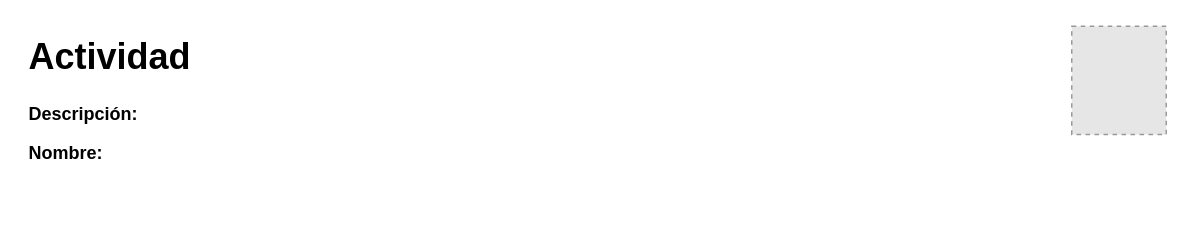
The draw.io diagram plantilla.drawio in utnpuente/Laboratorio1-20241c-Alem, before the edit. Source tidied: cells renumbered, new cells numbered last; positions are measured from the earlier drawing's top-left corner, leaving out a move shared by most shapes. Both pictures are drawn from the tidied source at 150%, with x=0, y=0 at pixel (26, 26). Pictures stored in the file or linked from it are replaced by grey dashed boxes.
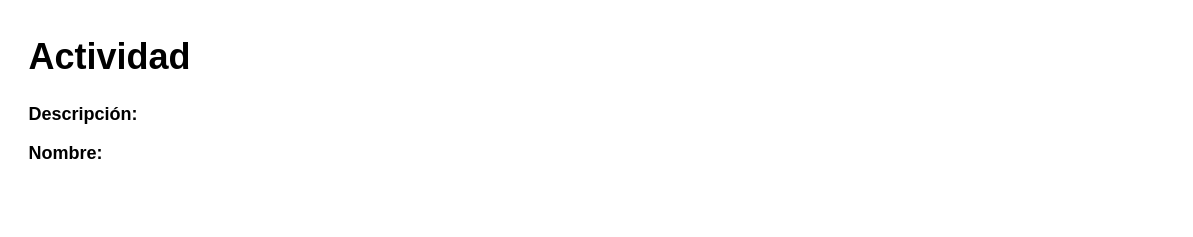
The same page after the edit.

The edit, as a diff of the source:
```diff
@@
 <mxGraphModel>
   <root>
     <mxCell id="0" />
     <mxCell id="1" parent="0" />
     <mxCell id="2" value="&lt;h1 style=&quot;margin-top: 0px;&quot;&gt;Actividad &lt;br&gt;&lt;/h1&gt;&lt;p&gt;&lt;b&gt;Descripción: &lt;br&gt;&lt;/b&gt;&lt;/p&gt;&lt;p&gt;&lt;b&gt;Nombre:&amp;nbsp; &lt;/b&gt;&lt;b&gt;&lt;/b&gt;&lt;b&gt;&lt;br&gt;&lt;/b&gt;&lt;/p&gt;&lt;p&gt;&lt;b&gt;&lt;br&gt;&lt;/b&gt; &lt;/p&gt;" style="text;html=1;whiteSpace=wrap;overflow=hidden;rounded=0;" parent="1" vertex="1">
       <mxGeometry width="760" height="120" as="geometry" />
     </mxCell>
-    <mxCell id="3" style="fillColor=#E6E6E6;strokeColor=#999999;dashed=1;verticalLabelPosition=bottom;labelBackgroundColor=default;verticalAlign=top;" parent="1" vertex="1">
-      <mxGeometry x="697" width="63" height="72.2" as="geometry" />
-    </mxCell>
   </root>
 </mxGraphModel>
```
